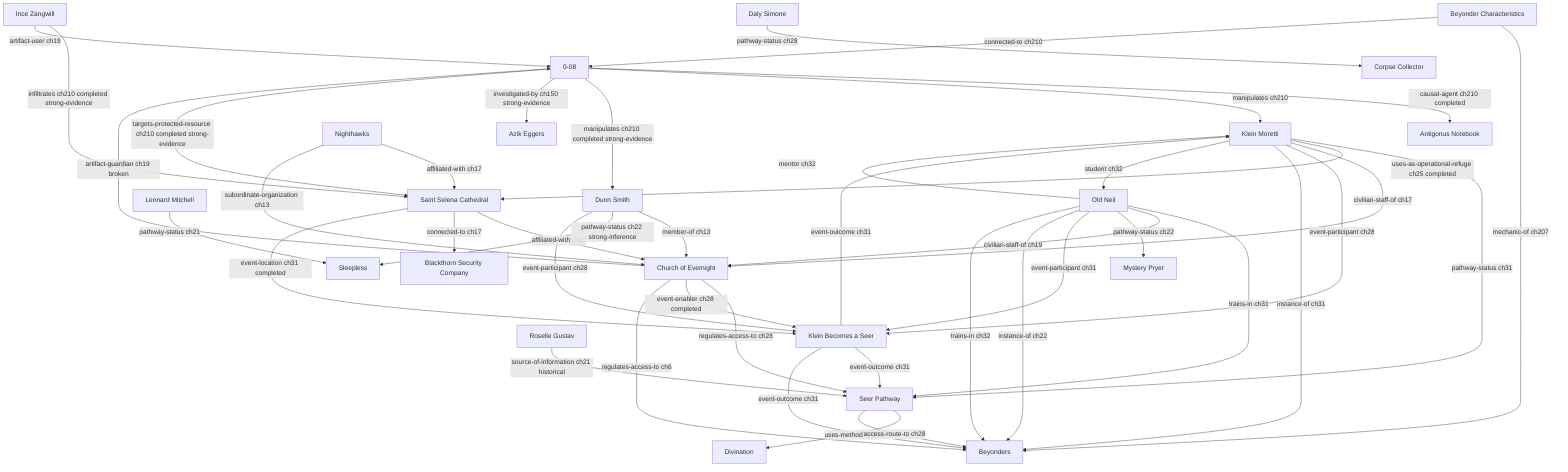
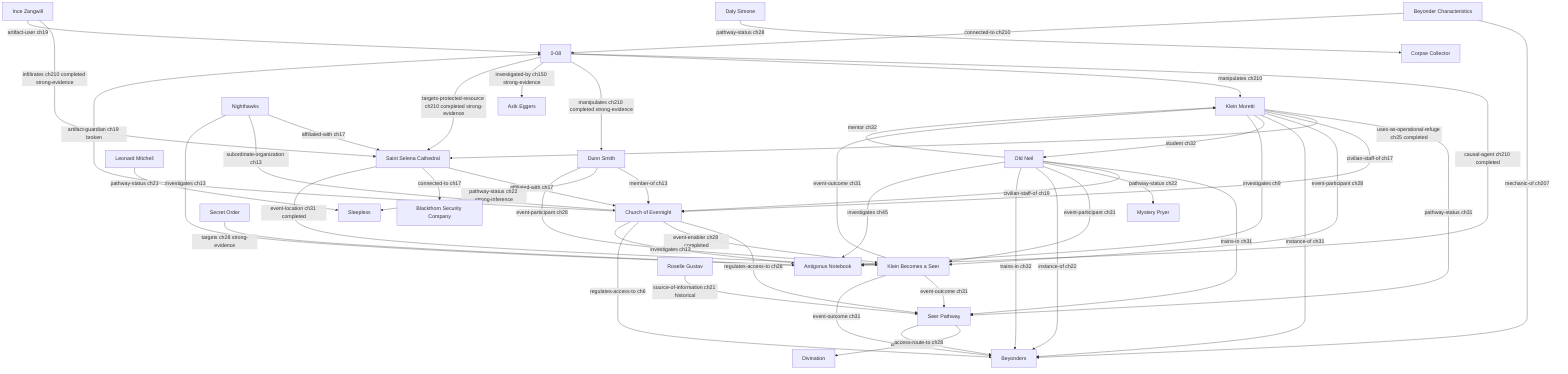
graph TD
  artifact_0_08["0-08"]
  artifact_antigonus_notebook["Antigonus Notebook"]
  character_azik_eggers["Azik Eggers"]
  character_daly_simone["Daly Simone"]
  character_dunn_smith["Dunn Smith"]
  character_ince_zangwill["Ince Zangwill"]
  character_klein_moretti["Klein Moretti"]
  character_leonard_mitchell["Leonard Mitchell"]
  character_old_neil["Old Neil"]
  character_roselle_gustav["Roselle Gustav"]
  concept_beyonder_characteristics["Beyonder Characteristics"]
  concept_beyonders["Beyonders"]
  concept_divination["Divination"]
  event_klein_becomes_a_seer["Klein Becomes a Seer"]
  faction_church_of_evernight["Church of Evernight"]
  faction_nighthawks["Nighthawks"]
+   faction_secret_order["Secret Order"]
  location_blackthorn_security_company["Blackthorn Security Company"]
  location_saint_selena_cathedral["Saint Selena Cathedral"]
  pathway_corpse_collector["Corpse Collector"]
  pathway_mystery_pryer["Mystery Pryer"]
  pathway_seer["Seer Pathway"]
  pathway_sleepless["Sleepless"]

  character_klein_moretti -->|pathway-status ch31| pathway_seer
  event_klein_becomes_a_seer -->|event-outcome ch31| pathway_seer
  faction_church_of_evernight -->|regulates-access-to ch28| pathway_seer
  character_old_neil -->|trains-in ch31| pathway_seer
  character_roselle_gustav -->|source-of-information ch21 historical| pathway_seer
  pathway_seer -->|uses-method ch29| concept_divination
  pathway_seer -->|access-route-to ch28| concept_beyonders
  location_saint_selena_cathedral -->|affiliated-with ch17| faction_church_of_evernight
  faction_nighthawks -->|affiliated-with ch17| location_saint_selena_cathedral
  character_klein_moretti -->|uses-as-operational-refuge ch25 completed| location_saint_selena_cathedral
  location_saint_selena_cathedral -->|connected-to ch17| location_blackthorn_security_company
  location_saint_selena_cathedral -->|event-location ch31 completed| event_klein_becomes_a_seer
  character_ince_zangwill -->|infiltrates ch210 completed strong-evidence| location_saint_selena_cathedral
  faction_nighthawks -->|subordinate-organization ch13| faction_church_of_evernight
  character_klein_moretti -->|civilian-staff-of ch17| faction_church_of_evernight
  character_dunn_smith -->|member-of ch13| faction_church_of_evernight
  character_old_neil -->|civilian-staff-of ch19| faction_church_of_evernight
  faction_church_of_evernight -->|artifact-guardian ch19 broken| artifact_0_08
  character_leonard_mitchell -->|pathway-status ch21| pathway_sleepless
  character_dunn_smith -->|pathway-status ch22 strong-inference| pathway_sleepless
  character_old_neil -->|pathway-status ch22| pathway_mystery_pryer
  faction_church_of_evernight -->|event-enabler ch28 completed| event_klein_becomes_a_seer
  faction_church_of_evernight -->|regulates-access-to ch6| concept_beyonders
  character_daly_simone -->|pathway-status ch28| pathway_corpse_collector
  character_klein_moretti -->|event-participant ch28| event_klein_becomes_a_seer
  character_old_neil -->|event-participant ch31| event_klein_becomes_a_seer
  character_dunn_smith -->|event-participant ch28| event_klein_becomes_a_seer
  event_klein_becomes_a_seer -->|event-outcome ch31| character_klein_moretti
  concept_beyonder_characteristics -->|mechanic-of ch207| concept_beyonders
  concept_beyonder_characteristics -->|connected-to ch210| artifact_0_08
  character_klein_moretti -->|instance-of ch31| concept_beyonders
  event_klein_becomes_a_seer -->|event-outcome ch31| concept_beyonders
  character_old_neil -->|instance-of ch22| concept_beyonders
  character_old_neil -->|trains-in ch32| concept_beyonders
  character_old_neil -->|mentor ch32| character_klein_moretti
  character_klein_moretti -->|student ch32| character_old_neil
  character_ince_zangwill -->|artifact-user ch19| artifact_0_08
+   faction_church_of_evernight -->|investigates ch13| artifact_antigonus_notebook
+   character_klein_moretti -->|investigates ch9| artifact_antigonus_notebook
+   faction_nighthawks -->|investigates ch13| artifact_antigonus_notebook
+   character_old_neil -->|investigates ch45| artifact_antigonus_notebook
+   faction_secret_order -->|targets ch28 strong-evidence| artifact_antigonus_notebook
  artifact_0_08 -->|causal-agent ch210 completed| artifact_antigonus_notebook
  artifact_0_08 -->|manipulates ch210| character_klein_moretti
  artifact_0_08 -->|manipulates ch210 completed strong-evidence| character_dunn_smith
  artifact_0_08 -->|investigated-by ch150 strong-evidence| character_azik_eggers
  artifact_0_08 -->|targets-protected-resource ch210 completed strong-evidence| location_saint_selena_cathedral
